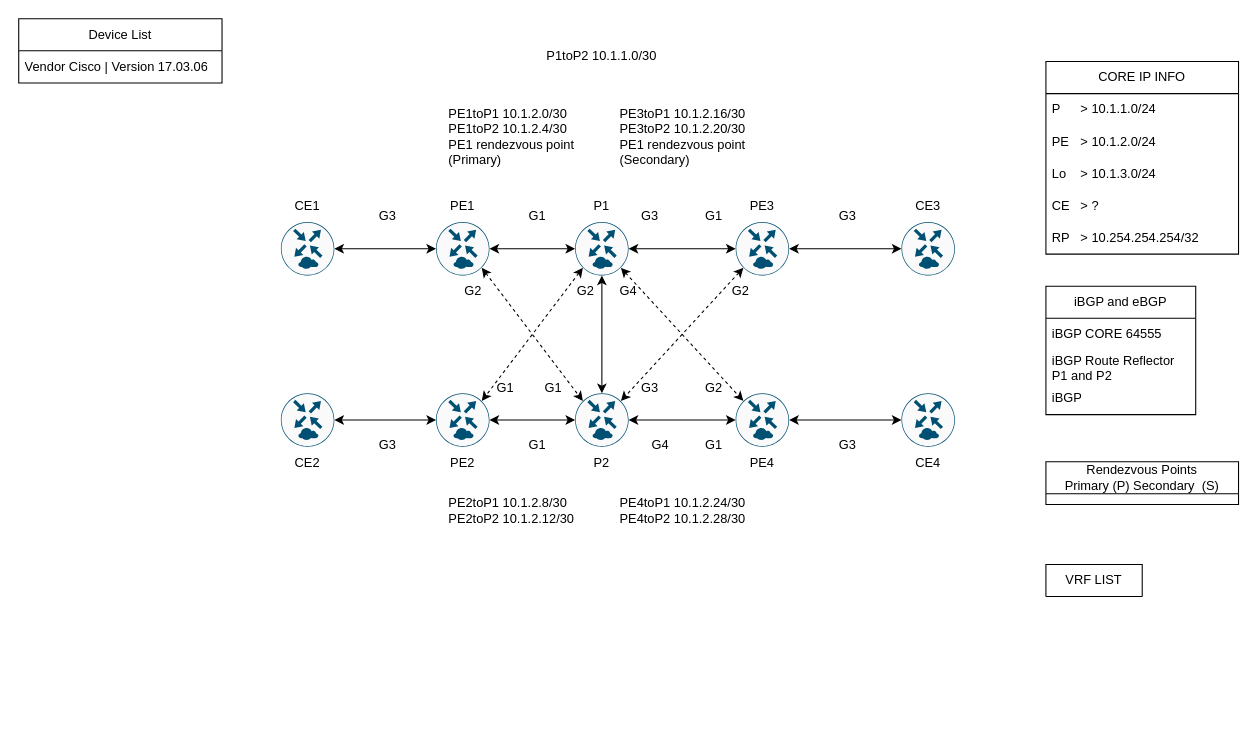
vxmaster/CML keeps this draw.io diagram as page "MPLS CORE P Configuration" (3 of 3) of MPLS.drawio. Above is the earlier version. Source tidied: cells renumbered, new cells numbered last; positions are measured from the earlier drawing's top-left corner, leaving out a move shared by most shapes. Both pictures are drawn from the tidied source at 107%, with x=0, y=0 at pixel (18, 18).
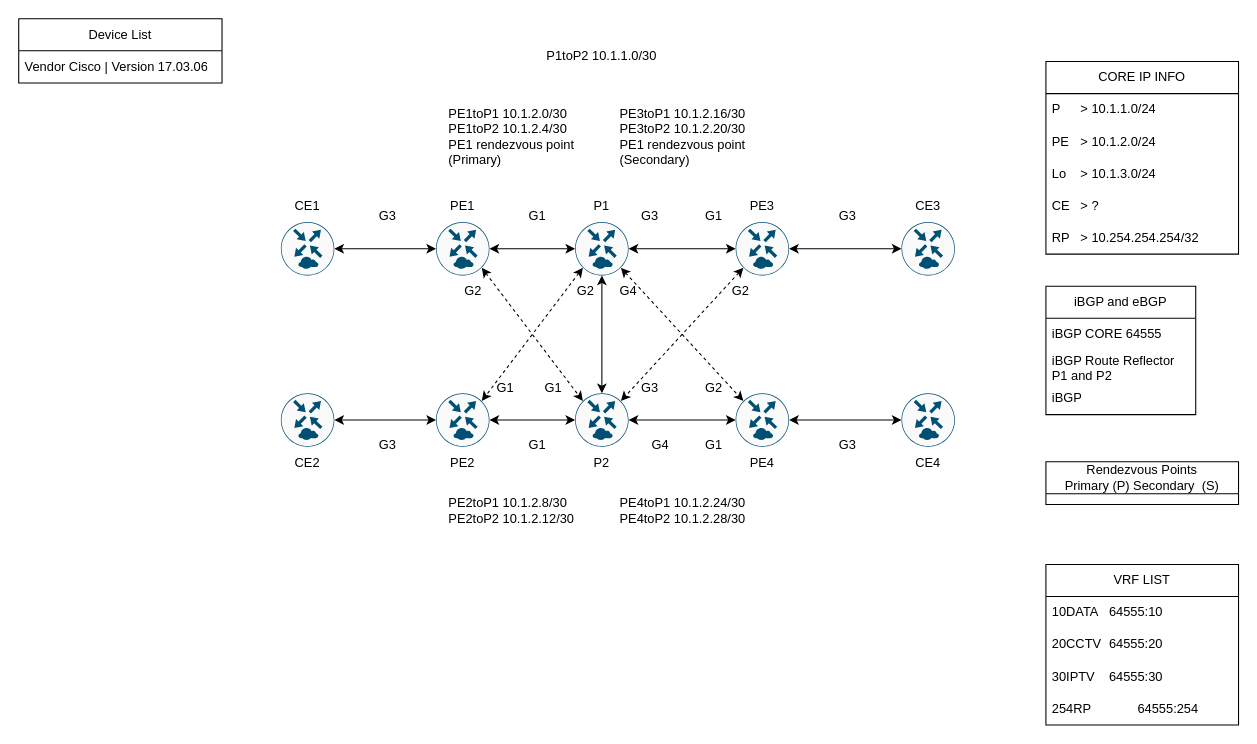
The same diagram, later.

Change to the diagram source:
```diff
@@
-    <mxCell id="44" value="VRF LIST" style="swimlane;fontStyle=0;horizontal=1;startSize=30;whiteSpace=wrap;html=1;" parent="1" vertex="1" collapsed="1">
-      <mxGeometry x="960" y="510" width="90" height="30" as="geometry" />
+    <mxCell id="44" value="VRF LIST" style="swimlane;fontStyle=0;horizontal=1;startSize=30;whiteSpace=wrap;html=1;" parent="1" vertex="1">
+      <mxGeometry x="960" y="510" width="180" height="150" as="geometry" />
     </mxCell>
+    <mxCell id="79" value="10DATA&lt;span style=&quot;white-space: pre;&quot;&gt;&#9;&lt;/span&gt;64555:10" style="text;strokeColor=none;fillColor=none;align=left;verticalAlign=middle;spacingLeft=4;spacingRight=4;overflow=hidden;whiteSpace=wrap;html=1;" parent="44" vertex="1">
+      <mxGeometry y="30" width="180" height="30" as="geometry" />
+    </mxCell>
+    <mxCell id="80" value="20CCTV&lt;span style=&quot;white-space: pre;&quot;&gt;&#9;&lt;/span&gt;64555:20" style="text;strokeColor=none;fillColor=none;align=left;verticalAlign=middle;spacingLeft=4;spacingRight=4;overflow=hidden;whiteSpace=wrap;html=1;" parent="44" vertex="1">
+      <mxGeometry y="60" width="180" height="30" as="geometry" />
+    </mxCell>
+    <mxCell id="81" value="30IPTV&lt;span style=&quot;white-space: pre;&quot;&gt;&#9;&lt;/span&gt;64555:30" style="text;strokeColor=none;fillColor=none;align=left;verticalAlign=middle;spacingLeft=4;spacingRight=4;overflow=hidden;whiteSpace=wrap;html=1;" parent="44" vertex="1">
+      <mxGeometry y="90" width="180" height="30" as="geometry" />
+    </mxCell>
+    <mxCell id="82" value="254RP&lt;span style=&quot;white-space: pre;&quot;&gt;&#9;&lt;/span&gt;&lt;span style=&quot;white-space: pre;&quot;&gt;&#9;&lt;/span&gt;64555:254" style="text;strokeColor=none;fillColor=none;align=left;verticalAlign=middle;spacingLeft=4;spacingRight=4;overflow=hidden;whiteSpace=wrap;html=1;" parent="44" vertex="1">
+      <mxGeometry y="120" width="180" height="30" as="geometry" />
+    </mxCell>
```
